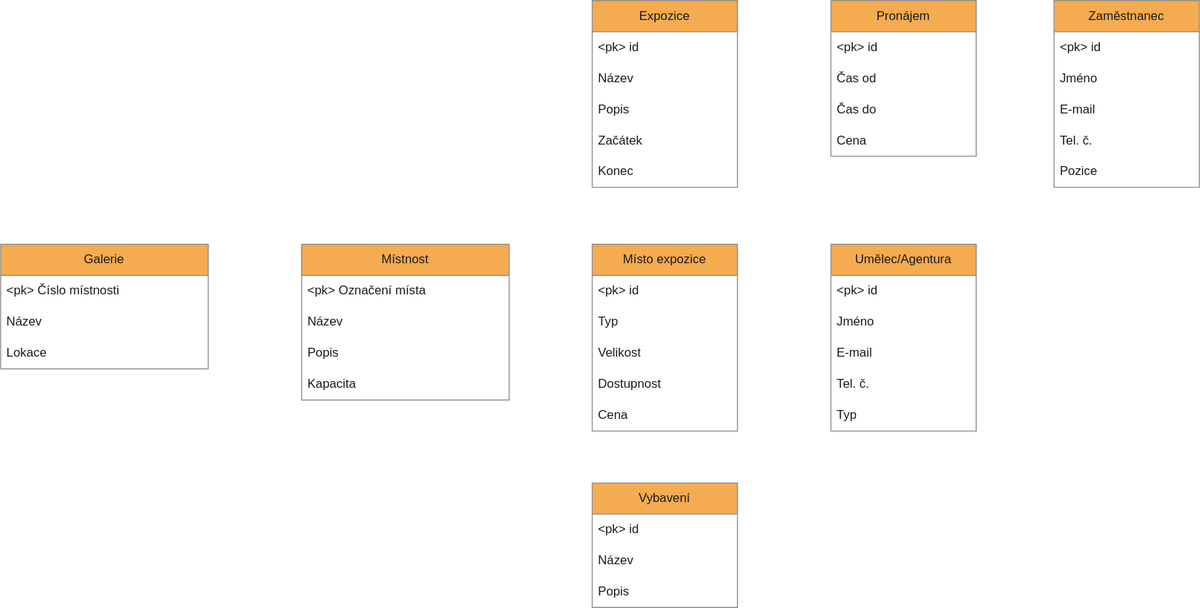
Earlier version of the draw.io export Galerie_Projekt/Galerie_Projekt.drawio.svg (adstrafe/IUS). Source tidied: cells renumbered, new cells last; positions are measured from the earlier drawing's top-left corner, leaving out a move shared by most shapes.
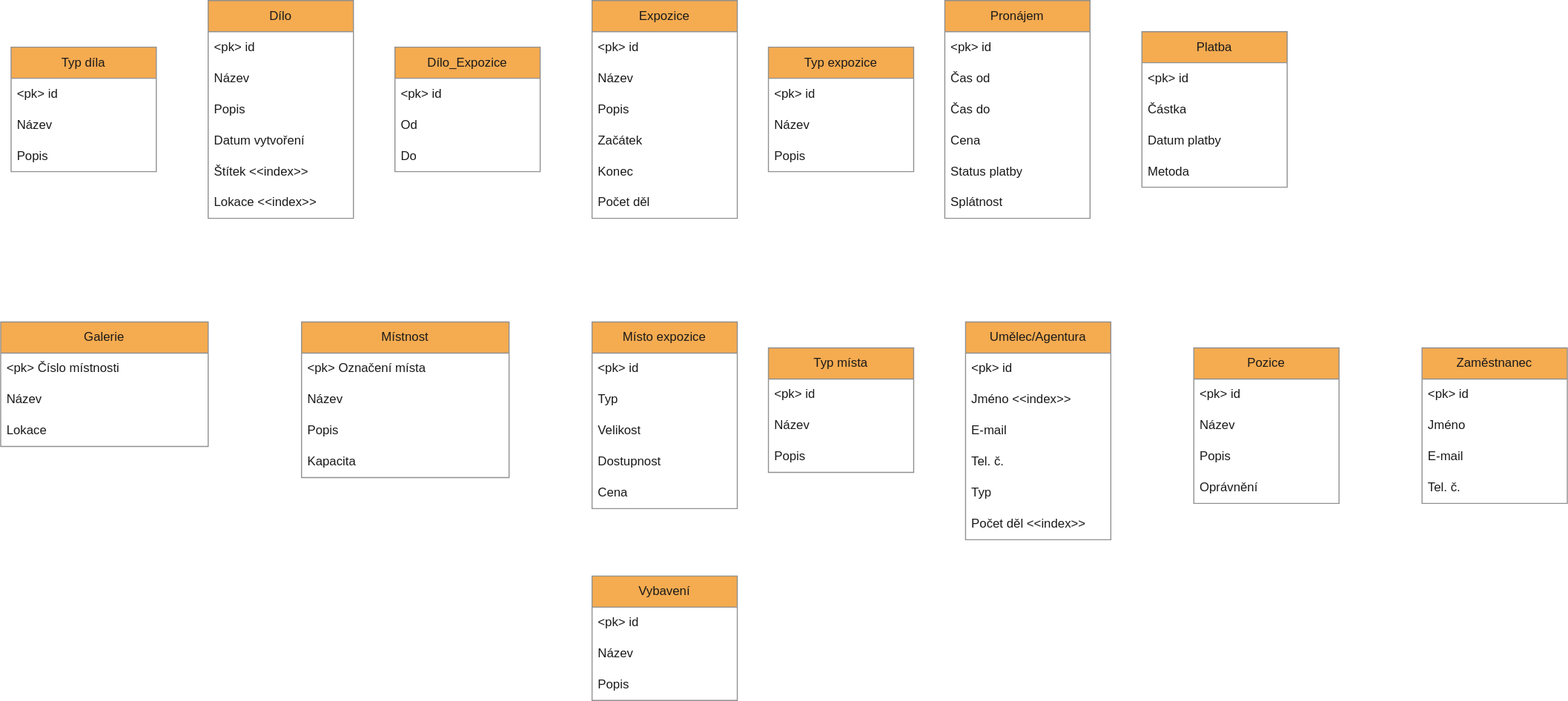
The same file after the commit.

Change to the diagram source:
```diff
@@ -3,7 +3,7 @@
     <mxCell id="0" />
     <mxCell id="1" parent="0" />
     <mxCell id="2" value="Galerie" style="swimlane;fontStyle=0;horizontal=1;startSize=30;whiteSpace=wrap;html=1;labelBackgroundColor=none;fillColor=#F5AB50;strokeColor=#909090;fontColor=#1A1A1A;" parent="1" vertex="1">
-      <mxGeometry y="235" width="200" height="120" as="geometry" />
+      <mxGeometry x="-130" y="235" width="200" height="120" as="geometry" />
     </mxCell>
     <mxCell id="3" value="&amp;lt;pk&amp;gt; Číslo místnosti" style="text;strokeColor=none;fillColor=none;align=left;verticalAlign=middle;spacingLeft=4;spacingRight=4;overflow=hidden;whiteSpace=wrap;html=1;labelBackgroundColor=none;fontColor=#1A1A1A;" parent="2" vertex="1">
       <mxGeometry y="30" width="200" height="30" as="geometry" />
@@ -15,7 +15,7 @@
       <mxGeometry y="90" width="200" height="30" as="geometry" />
     </mxCell>
     <mxCell id="6" value="Místnost" style="swimlane;fontStyle=0;horizontal=1;startSize=30;whiteSpace=wrap;html=1;labelBackgroundColor=none;fillColor=#F5AB50;strokeColor=#909090;fontColor=#1A1A1A;" parent="1" vertex="1">
-      <mxGeometry x="290" y="235" width="200" height="150" as="geometry" />
+      <mxGeometry x="160" y="235" width="200" height="150" as="geometry" />
     </mxCell>
     <mxCell id="7" value="&amp;lt;pk&amp;gt; Označení místa" style="text;strokeColor=none;fillColor=none;align=left;verticalAlign=middle;spacingLeft=4;spacingRight=4;overflow=hidden;whiteSpace=wrap;html=1;labelBackgroundColor=none;fontColor=#1A1A1A;" parent="6" vertex="1">
       <mxGeometry y="30" width="200" height="30" as="geometry" />
@@ -30,7 +30,7 @@
       <mxGeometry y="120" width="200" height="30" as="geometry" />
     </mxCell>
     <mxCell id="11" value="Místo expozice" style="swimlane;fontStyle=0;horizontal=1;startSize=30;whiteSpace=wrap;html=1;labelBackgroundColor=none;fillColor=#F5AB50;strokeColor=#909090;fontColor=#1A1A1A;" parent="1" vertex="1">
-      <mxGeometry x="570" y="235" width="140" height="180" as="geometry" />
+      <mxGeometry x="440" y="235" width="140" height="180" as="geometry" />
     </mxCell>
     <mxCell id="12" value="&amp;lt;pk&amp;gt; id" style="text;strokeColor=none;fillColor=none;align=left;verticalAlign=middle;spacingLeft=4;spacingRight=4;overflow=hidden;whiteSpace=wrap;html=1;labelBackgroundColor=none;fontColor=#1A1A1A;" parent="11" vertex="1">
       <mxGeometry y="30" width="140" height="30" as="geometry" />
@@ -48,12 +48,12 @@
       <mxGeometry y="150" width="140" height="30" as="geometry" />
     </mxCell>
     <mxCell id="17" value="Umělec/Agentura" style="swimlane;fontStyle=0;horizontal=1;startSize=30;whiteSpace=wrap;html=1;strokeColor=#909090;fontColor=#1A1A1A;fillColor=#F5AB50;" parent="1" vertex="1">
-      <mxGeometry x="800" y="235" width="140" height="180" as="geometry" />
+      <mxGeometry x="800" y="235" width="140" height="210" as="geometry" />
     </mxCell>
     <mxCell id="18" value="&amp;lt;pk&amp;gt; id" style="text;strokeColor=none;fillColor=none;align=left;verticalAlign=middle;spacingLeft=4;spacingRight=4;overflow=hidden;whiteSpace=wrap;html=1;fontColor=#1A1A1A;" parent="17" vertex="1">
       <mxGeometry y="30" width="140" height="30" as="geometry" />
     </mxCell>
-    <mxCell id="19" value="Jméno" style="text;strokeColor=none;fillColor=none;align=left;verticalAlign=middle;spacingLeft=4;spacingRight=4;overflow=hidden;whiteSpace=wrap;html=1;fontColor=#1A1A1A;" parent="17" vertex="1">
+    <mxCell id="19" value="Jméno &amp;lt;&amp;lt;index&amp;gt;&amp;gt;" style="text;strokeColor=none;fillColor=none;align=left;verticalAlign=middle;spacingLeft=4;spacingRight=4;overflow=hidden;whiteSpace=wrap;html=1;fontColor=#1A1A1A;" parent="17" vertex="1">
       <mxGeometry y="60" width="140" height="30" as="geometry" />
     </mxCell>
     <mxCell id="20" value="E-mail" style="text;strokeColor=none;fillColor=none;align=left;verticalAlign=middle;spacingLeft=4;spacingRight=4;overflow=hidden;whiteSpace=wrap;html=1;fontColor=#1A1A1A;" parent="17" vertex="1">
@@ -65,8 +65,11 @@
     <mxCell id="22" value="Typ" style="text;strokeColor=none;fillColor=none;align=left;verticalAlign=middle;spacingLeft=4;spacingRight=4;overflow=hidden;whiteSpace=wrap;html=1;fontColor=#1A1A1A;" parent="17" vertex="1">
       <mxGeometry y="150" width="140" height="30" as="geometry" />
     </mxCell>
+    <mxCell id="44" value="Počet děl &amp;lt;&amp;lt;index&amp;gt;&amp;gt;" style="text;strokeColor=none;fillColor=none;align=left;verticalAlign=middle;spacingLeft=4;spacingRight=4;overflow=hidden;whiteSpace=wrap;html=1;fontColor=#1A1A1A;" parent="17" vertex="1">
+      <mxGeometry y="180" width="140" height="30" as="geometry" />
+    </mxCell>
     <mxCell id="23" value="Vybavení" style="swimlane;fontStyle=0;horizontal=1;startSize=30;whiteSpace=wrap;html=1;strokeColor=#909090;fontColor=#1A1A1A;fillColor=#F5AB50;" parent="1" vertex="1">
-      <mxGeometry x="570" y="465" width="140" height="120" as="geometry" />
+      <mxGeometry x="440" y="480" width="140" height="120" as="geometry" />
     </mxCell>
     <mxCell id="24" value="&amp;lt;pk&amp;gt; id" style="text;strokeColor=none;fillColor=none;align=left;verticalAlign=middle;spacingLeft=4;spacingRight=4;overflow=hidden;whiteSpace=wrap;html=1;fontColor=#1A1A1A;" parent="23" vertex="1">
       <mxGeometry y="30" width="140" height="30" as="geometry" />
@@ -78,7 +81,7 @@
       <mxGeometry y="90" width="140" height="30" as="geometry" />
     </mxCell>
     <mxCell id="27" value="Expozice" style="swimlane;fontStyle=0;horizontal=1;startSize=30;whiteSpace=wrap;html=1;strokeColor=#909090;fontColor=#1A1A1A;fillColor=#F5AB50;" parent="1" vertex="1">
-      <mxGeometry x="570" width="140" height="180" as="geometry" />
+      <mxGeometry x="440" y="-75" width="140" height="210" as="geometry" />
     </mxCell>
     <mxCell id="28" value="&amp;lt;pk&amp;gt; id" style="text;strokeColor=none;fillColor=none;align=left;verticalAlign=middle;spacingLeft=4;spacingRight=4;overflow=hidden;whiteSpace=wrap;html=1;fontColor=#1A1A1A;" parent="27" vertex="1">
       <mxGeometry y="30" width="140" height="30" as="geometry" />
@@ -95,8 +98,11 @@
     <mxCell id="32" value="Konec" style="text;strokeColor=none;fillColor=none;align=left;verticalAlign=middle;spacingLeft=4;spacingRight=4;overflow=hidden;whiteSpace=wrap;html=1;fontColor=#1A1A1A;" parent="27" vertex="1">
       <mxGeometry y="150" width="140" height="30" as="geometry" />
     </mxCell>
+    <mxCell id="45" value="Počet děl" style="text;strokeColor=none;fillColor=none;align=left;verticalAlign=middle;spacingLeft=4;spacingRight=4;overflow=hidden;whiteSpace=wrap;html=1;fontColor=#1A1A1A;" parent="27" vertex="1">
+      <mxGeometry y="180" width="140" height="30" as="geometry" />
+    </mxCell>
     <mxCell id="33" value="Pronájem" style="swimlane;fontStyle=0;horizontal=1;startSize=30;whiteSpace=wrap;html=1;strokeColor=#909090;fontColor=#1A1A1A;fillColor=#F5AB50;" parent="1" vertex="1">
-      <mxGeometry x="800" width="140" height="150" as="geometry" />
+      <mxGeometry x="780" y="-75" width="140" height="210" as="geometry" />
     </mxCell>
     <mxCell id="34" value="&amp;lt;pk&amp;gt; id" style="text;strokeColor=none;fillColor=none;align=left;verticalAlign=middle;spacingLeft=4;spacingRight=4;overflow=hidden;whiteSpace=wrap;html=1;fontColor=#1A1A1A;" parent="33" vertex="1">
       <mxGeometry y="30" width="140" height="30" as="geometry" />
@@ -110,8 +116,14 @@
     <mxCell id="37" value="Cena" style="text;strokeColor=none;fillColor=none;align=left;verticalAlign=middle;spacingLeft=4;spacingRight=4;overflow=hidden;whiteSpace=wrap;html=1;fontColor=#1A1A1A;" parent="33" vertex="1">
       <mxGeometry y="120" width="140" height="30" as="geometry" />
     </mxCell>
+    <mxCell id="46" value="Status platby" style="text;strokeColor=none;fillColor=none;align=left;verticalAlign=middle;spacingLeft=4;spacingRight=4;overflow=hidden;whiteSpace=wrap;html=1;fontColor=#1A1A1A;" parent="33" vertex="1">
+      <mxGeometry y="150" width="140" height="30" as="geometry" />
+    </mxCell>
+    <mxCell id="47" value="Splátnost" style="text;strokeColor=none;fillColor=none;align=left;verticalAlign=middle;spacingLeft=4;spacingRight=4;overflow=hidden;whiteSpace=wrap;html=1;fontColor=#1A1A1A;" parent="33" vertex="1">
+      <mxGeometry y="180" width="140" height="30" as="geometry" />
+    </mxCell>
     <mxCell id="38" value="Zaměstnanec" style="swimlane;fontStyle=0;horizontal=1;startSize=30;whiteSpace=wrap;html=1;strokeColor=#909090;fontColor=#1A1A1A;fillColor=#F5AB50;" parent="1" vertex="1">
-      <mxGeometry x="1015" width="140" height="180" as="geometry" />
+      <mxGeometry x="1240" y="260" width="140" height="150" as="geometry" />
     </mxCell>
     <mxCell id="39" value="&amp;lt;pk&amp;gt; id" style="text;strokeColor=none;fillColor=none;align=left;verticalAlign=middle;spacingLeft=4;spacingRight=4;overflow=hidden;whiteSpace=wrap;html=1;fontColor=#1A1A1A;" parent="38" vertex="1">
       <mxGeometry y="30" width="140" height="30" as="geometry" />
@@ -125,8 +137,104 @@
     <mxCell id="42" value="Tel. č." style="text;strokeColor=none;fillColor=none;align=left;verticalAlign=middle;spacingLeft=4;spacingRight=4;overflow=hidden;whiteSpace=wrap;html=1;fontColor=#1A1A1A;" parent="38" vertex="1">
       <mxGeometry y="120" width="140" height="30" as="geometry" />
     </mxCell>
+    <mxCell id="48" value="Dílo" style="swimlane;fontStyle=0;horizontal=1;startSize=30;whiteSpace=wrap;html=1;strokeColor=#909090;fontColor=#1A1A1A;fillColor=#F5AB50;" parent="1" vertex="1">
+      <mxGeometry x="70" y="-75" width="140" height="210" as="geometry" />
+    </mxCell>
+    <mxCell id="49" value="&amp;lt;pk&amp;gt; id" style="text;strokeColor=none;fillColor=none;align=left;verticalAlign=middle;spacingLeft=4;spacingRight=4;overflow=hidden;whiteSpace=wrap;html=1;fontColor=#1A1A1A;" parent="48" vertex="1">
+      <mxGeometry y="30" width="140" height="30" as="geometry" />
+    </mxCell>
+    <mxCell id="50" value="Název" style="text;strokeColor=none;fillColor=none;align=left;verticalAlign=middle;spacingLeft=4;spacingRight=4;overflow=hidden;whiteSpace=wrap;html=1;fontColor=#1A1A1A;" parent="48" vertex="1">
+      <mxGeometry y="60" width="140" height="30" as="geometry" />
+    </mxCell>
+    <mxCell id="51" value="Popis" style="text;strokeColor=none;fillColor=none;align=left;verticalAlign=middle;spacingLeft=4;spacingRight=4;overflow=hidden;whiteSpace=wrap;html=1;fontColor=#1A1A1A;" parent="48" vertex="1">
+      <mxGeometry y="90" width="140" height="30" as="geometry" />
+    </mxCell>
+    <mxCell id="52" value="Datum vytvoření" style="text;strokeColor=none;fillColor=none;align=left;verticalAlign=middle;spacingLeft=4;spacingRight=4;overflow=hidden;whiteSpace=wrap;html=1;fontColor=#1A1A1A;" parent="48" vertex="1">
+      <mxGeometry y="120" width="140" height="30" as="geometry" />
+    </mxCell>
+    <mxCell id="53" value="Štítek &amp;lt;&amp;lt;index&amp;gt;&amp;gt;" style="text;strokeColor=none;fillColor=none;align=left;verticalAlign=middle;spacingLeft=4;spacingRight=4;overflow=hidden;whiteSpace=wrap;html=1;fontColor=#1A1A1A;" parent="48" vertex="1">
+      <mxGeometry y="150" width="140" height="30" as="geometry" />
+    </mxCell>
+    <mxCell id="54" value="Lokace &amp;lt;&amp;lt;index&amp;gt;&amp;gt;" style="text;strokeColor=none;fillColor=none;align=left;verticalAlign=middle;spacingLeft=4;spacingRight=4;overflow=hidden;whiteSpace=wrap;html=1;fontColor=#1A1A1A;" parent="48" vertex="1">
+      <mxGeometry y="180" width="140" height="30" as="geometry" />
+    </mxCell>
+    <mxCell id="55" value="Dílo_Expozice" style="swimlane;fontStyle=0;horizontal=1;startSize=30;whiteSpace=wrap;html=1;strokeColor=#909090;fontColor=#1A1A1A;fillColor=#F5AB50;" parent="1" vertex="1">
+      <mxGeometry x="250" y="-30" width="140" height="120" as="geometry" />
+    </mxCell>
+    <mxCell id="56" value="&amp;lt;pk&amp;gt; id" style="text;strokeColor=none;fillColor=none;align=left;verticalAlign=middle;spacingLeft=4;spacingRight=4;overflow=hidden;whiteSpace=wrap;html=1;fontColor=#1A1A1A;" parent="55" vertex="1">
+      <mxGeometry y="30" width="140" height="30" as="geometry" />
+    </mxCell>
+    <mxCell id="57" value="Od" style="text;strokeColor=none;fillColor=none;align=left;verticalAlign=middle;spacingLeft=4;spacingRight=4;overflow=hidden;whiteSpace=wrap;html=1;fontColor=#1A1A1A;" parent="55" vertex="1">
+      <mxGeometry y="60" width="140" height="30" as="geometry" />
+    </mxCell>
+    <mxCell id="58" value="Do" style="text;strokeColor=none;fillColor=none;align=left;verticalAlign=middle;spacingLeft=4;spacingRight=4;overflow=hidden;whiteSpace=wrap;html=1;fontColor=#1A1A1A;" parent="55" vertex="1">
+      <mxGeometry y="90" width="140" height="30" as="geometry" />
+    </mxCell>
+    <mxCell id="59" value="Platba" style="swimlane;fontStyle=0;horizontal=1;startSize=30;whiteSpace=wrap;html=1;strokeColor=#909090;fontColor=#1A1A1A;fillColor=#F5AB50;" parent="1" vertex="1">
+      <mxGeometry x="970" y="-45" width="140" height="150" as="geometry" />
+    </mxCell>
+    <mxCell id="60" value="&amp;lt;pk&amp;gt; id" style="text;strokeColor=none;fillColor=none;align=left;verticalAlign=middle;spacingLeft=4;spacingRight=4;overflow=hidden;whiteSpace=wrap;html=1;fontColor=#1A1A1A;" parent="59" vertex="1">
+      <mxGeometry y="30" width="140" height="30" as="geometry" />
+    </mxCell>
+    <mxCell id="61" value="Částka" style="text;strokeColor=none;fillColor=none;align=left;verticalAlign=middle;spacingLeft=4;spacingRight=4;overflow=hidden;whiteSpace=wrap;html=1;fontColor=#1A1A1A;" parent="59" vertex="1">
+      <mxGeometry y="60" width="140" height="30" as="geometry" />
+    </mxCell>
+    <mxCell id="62" value="Datum platby" style="text;strokeColor=none;fillColor=none;align=left;verticalAlign=middle;spacingLeft=4;spacingRight=4;overflow=hidden;whiteSpace=wrap;html=1;fontColor=#1A1A1A;" parent="59" vertex="1">
+      <mxGeometry y="90" width="140" height="30" as="geometry" />
+    </mxCell>
+    <mxCell id="63" value="Metoda" style="text;strokeColor=none;fillColor=none;align=left;verticalAlign=middle;spacingLeft=4;spacingRight=4;overflow=hidden;whiteSpace=wrap;html=1;fontColor=#1A1A1A;" parent="59" vertex="1">
+      <mxGeometry y="120" width="140" height="30" as="geometry" />
+    </mxCell>
-    <mxCell id="43" value="Pozice" style="text;strokeColor=none;fillColor=none;align=left;verticalAlign=middle;spacingLeft=4;spacingRight=4;overflow=hidden;whiteSpace=wrap;html=1;fontColor=#1A1A1A;" parent="38" vertex="1">
-      <mxGeometry y="150" width="140" height="30" as="geometry" />
+    <mxCell id="43" value="Pozice" style="swimlane;fontStyle=0;horizontal=1;startSize=30;whiteSpace=wrap;html=1;strokeColor=#909090;fontColor=#1A1A1A;fillColor=#F5AB50;" parent="1" vertex="1">
+      <mxGeometry x="1020" y="260" width="140" height="150" as="geometry" />
     </mxCell>
+    <mxCell id="64" value="&amp;lt;pk&amp;gt; id" style="text;strokeColor=none;fillColor=none;align=left;verticalAlign=middle;spacingLeft=4;spacingRight=4;overflow=hidden;whiteSpace=wrap;html=1;fontColor=#1A1A1A;" parent="43" vertex="1">
+      <mxGeometry y="30" width="140" height="30" as="geometry" />
+    </mxCell>
+    <mxCell id="65" value="Název" style="text;strokeColor=none;fillColor=none;align=left;verticalAlign=middle;spacingLeft=4;spacingRight=4;overflow=hidden;whiteSpace=wrap;html=1;fontColor=#1A1A1A;" parent="43" vertex="1">
+      <mxGeometry y="60" width="140" height="30" as="geometry" />
+    </mxCell>
+    <mxCell id="66" value="Popis" style="text;strokeColor=none;fillColor=none;align=left;verticalAlign=middle;spacingLeft=4;spacingRight=4;overflow=hidden;whiteSpace=wrap;html=1;fontColor=#1A1A1A;" parent="43" vertex="1">
+      <mxGeometry y="90" width="140" height="30" as="geometry" />
+    </mxCell>
+    <mxCell id="67" value="Oprávnění" style="text;strokeColor=none;fillColor=none;align=left;verticalAlign=middle;spacingLeft=4;spacingRight=4;overflow=hidden;whiteSpace=wrap;html=1;fontColor=#1A1A1A;" parent="43" vertex="1">
+      <mxGeometry y="120" width="140" height="30" as="geometry" />
+    </mxCell>
+    <mxCell id="68" value="Typ expozice" style="swimlane;fontStyle=0;horizontal=1;startSize=30;whiteSpace=wrap;html=1;strokeColor=#909090;fontColor=#1A1A1A;fillColor=#F5AB50;" parent="1" vertex="1">
+      <mxGeometry x="610" y="-30" width="140" height="120" as="geometry" />
+    </mxCell>
+    <mxCell id="69" value="&amp;lt;pk&amp;gt; id" style="text;strokeColor=none;fillColor=none;align=left;verticalAlign=middle;spacingLeft=4;spacingRight=4;overflow=hidden;whiteSpace=wrap;html=1;fontColor=#1A1A1A;" parent="68" vertex="1">
+      <mxGeometry y="30" width="140" height="30" as="geometry" />
+    </mxCell>
+    <mxCell id="70" value="Název" style="text;strokeColor=none;fillColor=none;align=left;verticalAlign=middle;spacingLeft=4;spacingRight=4;overflow=hidden;whiteSpace=wrap;html=1;fontColor=#1A1A1A;" parent="68" vertex="1">
+      <mxGeometry y="60" width="140" height="30" as="geometry" />
+    </mxCell>
+    <mxCell id="71" value="Popis" style="text;strokeColor=none;fillColor=none;align=left;verticalAlign=middle;spacingLeft=4;spacingRight=4;overflow=hidden;whiteSpace=wrap;html=1;fontColor=#1A1A1A;" parent="68" vertex="1">
+      <mxGeometry y="90" width="140" height="30" as="geometry" />
+    </mxCell>
+    <mxCell id="72" value="Typ místa" style="swimlane;fontStyle=0;horizontal=1;startSize=30;whiteSpace=wrap;html=1;strokeColor=#909090;fontColor=#1A1A1A;fillColor=#F5AB50;" parent="1" vertex="1">
+      <mxGeometry x="610" y="260" width="140" height="120" as="geometry" />
+    </mxCell>
+    <mxCell id="73" value="&amp;lt;pk&amp;gt; id" style="text;strokeColor=none;fillColor=none;align=left;verticalAlign=middle;spacingLeft=4;spacingRight=4;overflow=hidden;whiteSpace=wrap;html=1;fontColor=#1A1A1A;" parent="72" vertex="1">
+      <mxGeometry y="30" width="140" height="30" as="geometry" />
+    </mxCell>
+    <mxCell id="74" value="Název" style="text;strokeColor=none;fillColor=none;align=left;verticalAlign=middle;spacingLeft=4;spacingRight=4;overflow=hidden;whiteSpace=wrap;html=1;fontColor=#1A1A1A;" parent="72" vertex="1">
+      <mxGeometry y="60" width="140" height="30" as="geometry" />
+    </mxCell>
+    <mxCell id="75" value="Popis" style="text;strokeColor=none;fillColor=none;align=left;verticalAlign=middle;spacingLeft=4;spacingRight=4;overflow=hidden;whiteSpace=wrap;html=1;fontColor=#1A1A1A;" parent="72" vertex="1">
+      <mxGeometry y="90" width="140" height="30" as="geometry" />
+    </mxCell>
+    <mxCell id="76" value="Typ díla" style="swimlane;fontStyle=0;horizontal=1;startSize=30;whiteSpace=wrap;html=1;strokeColor=#909090;fontColor=#1A1A1A;fillColor=#F5AB50;" parent="1" vertex="1">
+      <mxGeometry x="-120" y="-30" width="140" height="120" as="geometry" />
+    </mxCell>
+    <mxCell id="77" value="&amp;lt;pk&amp;gt; id" style="text;strokeColor=none;fillColor=none;align=left;verticalAlign=middle;spacingLeft=4;spacingRight=4;overflow=hidden;whiteSpace=wrap;html=1;fontColor=#1A1A1A;" parent="76" vertex="1">
+      <mxGeometry y="30" width="140" height="30" as="geometry" />
+    </mxCell>
+    <mxCell id="78" value="Název" style="text;strokeColor=none;fillColor=none;align=left;verticalAlign=middle;spacingLeft=4;spacingRight=4;overflow=hidden;whiteSpace=wrap;html=1;fontColor=#1A1A1A;" parent="76" vertex="1">
+      <mxGeometry y="60" width="140" height="30" as="geometry" />
+    </mxCell>
+    <mxCell id="79" value="Popis" style="text;strokeColor=none;fillColor=none;align=left;verticalAlign=middle;spacingLeft=4;spacingRight=4;overflow=hidden;whiteSpace=wrap;html=1;fontColor=#1A1A1A;" parent="76" vertex="1">
+      <mxGeometry y="90" width="140" height="30" as="geometry" />
+    </mxCell>
   </root>
 </mxGraphModel>
```
